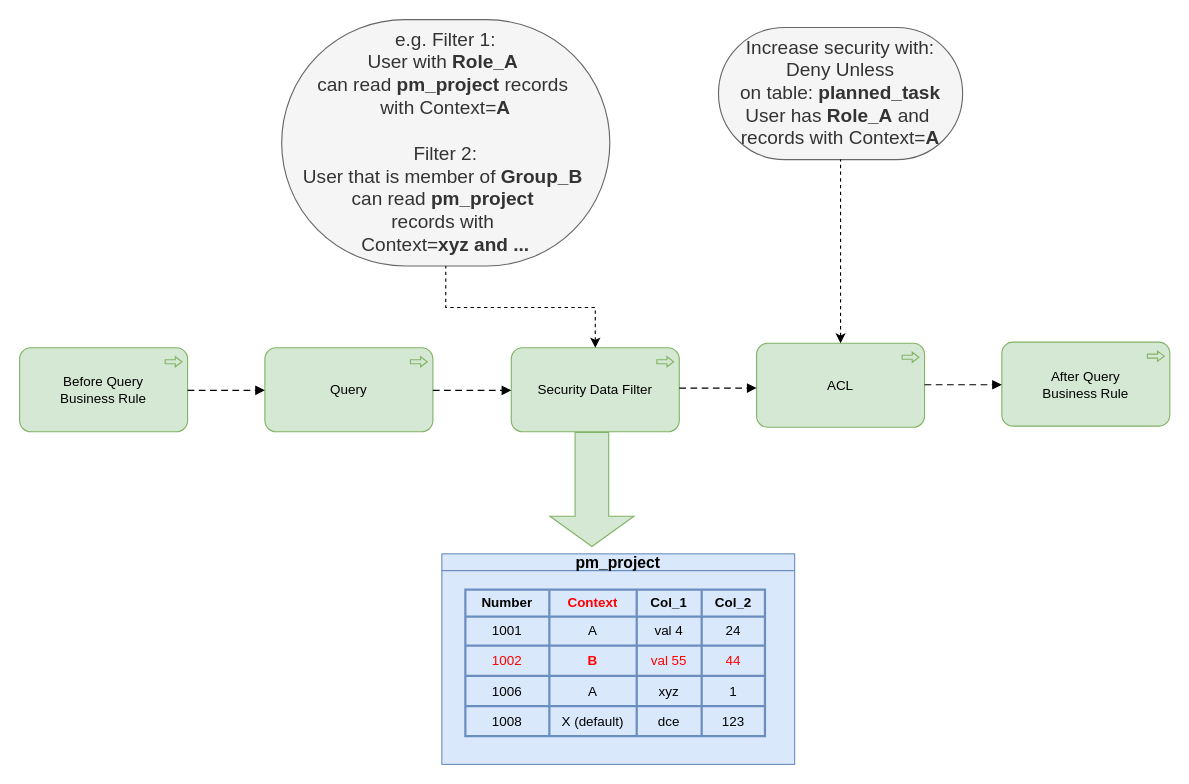
Before: page "secFilter" (11 of 21) of Uve.drawio in algimas/tmp, a draw.io diagram. Source tidied: cells renumbered, new cells numbered last; positions are measured from the earlier drawing's top-left corner, leaving out a move shared by most shapes. Both pictures are drawn from the tidied source at 112%, with x=0, y=0 at pixel (19, 19).
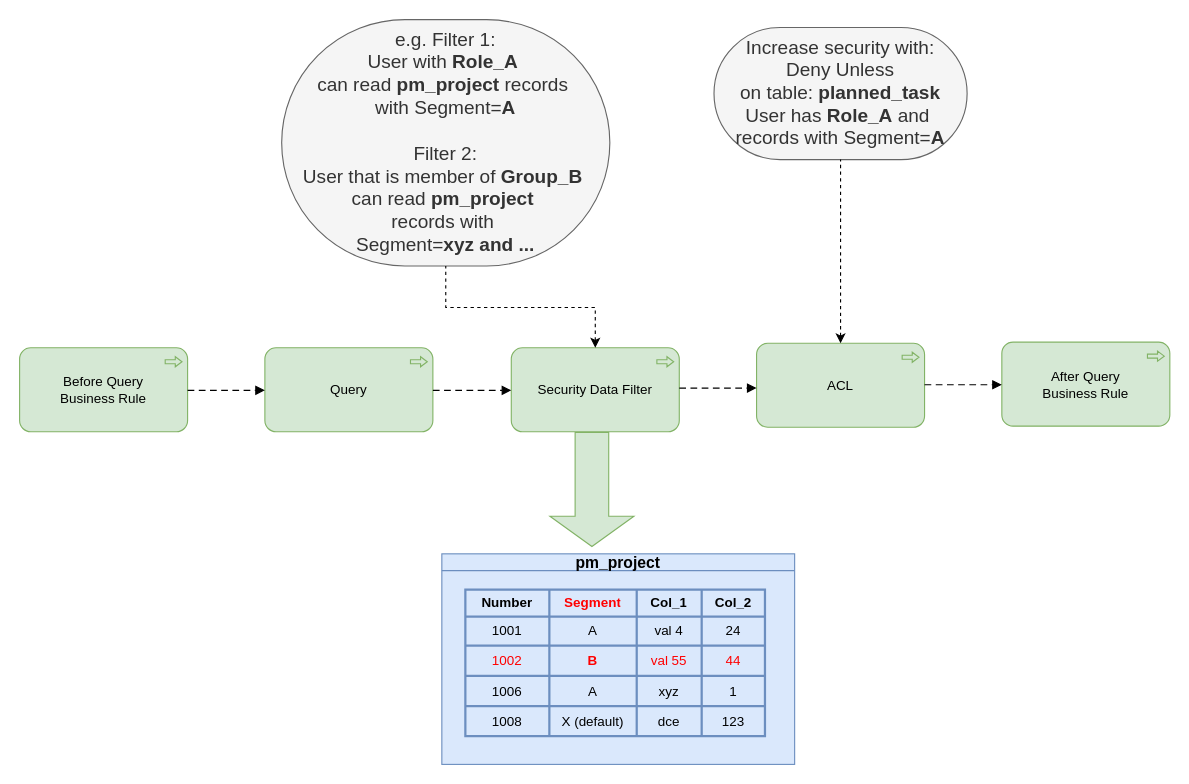
The same diagram, later.

Unchanged cells that the change refers to:
```xml
<mxCell id="4" style="shape=tableRow;horizontal=0;startSize=0;swimlaneHead=0;swimlaneBody=0;top=0;left=0;bottom=0;right=0;fillColor=none;" parent="3" vertex="1">
  <mxGeometry width="267.5" height="24" as="geometry" />
</mxCell>
```

Change to the diagram source:
```diff
@@
-    <mxCell id="6" value="&lt;font color=&quot;#ff0000&quot;&gt;Context&lt;/font&gt;" style="shape=partialRectangle;html=1;whiteSpace=wrap;fillColor=none;top=0;left=0;bottom=0;right=0;overflow=hidden;fontStyle=1;" parent="4" vertex="1">
+    <mxCell id="6" value="&lt;font color=&quot;#ff0000&quot;&gt;Segment&lt;/font&gt;" style="shape=partialRectangle;html=1;whiteSpace=wrap;fillColor=none;top=0;left=0;bottom=0;right=0;overflow=hidden;fontStyle=1;" parent="4" vertex="1">
       <mxGeometry x="75" width="78" height="24" as="geometry" />
     </mxCell>
@@
-    <mxCell id="39" value="e.g. Filter 1:&lt;div&gt;User with &lt;b&gt;Role_A&lt;/b&gt;&amp;nbsp;&lt;/div&gt;&lt;div&gt;can read &lt;b&gt;pm_project&lt;/b&gt; records&amp;nbsp;&lt;/div&gt;&lt;div&gt;with Context=&lt;b&gt;A&lt;/b&gt;&lt;/div&gt;&lt;div&gt;&lt;b&gt;&lt;br&gt;&lt;/b&gt;&lt;/div&gt;&lt;div&gt;Filter 2:&lt;div&gt;User that is member of&amp;nbsp;&lt;b&gt;Group_B&lt;/b&gt;&amp;nbsp;&lt;/div&gt;&lt;div&gt;can read&amp;nbsp;&lt;b style=&quot;background-color: initial;&quot;&gt;pm_project&amp;nbsp;&lt;/b&gt;&lt;span style=&quot;background-color: initial;&quot;&gt;&lt;br&gt;&lt;/span&gt;&lt;/div&gt;&lt;div&gt;&lt;span style=&quot;background-color: initial;&quot;&gt;records with&amp;nbsp;&lt;/span&gt;&lt;/div&gt;&lt;div&gt;&lt;span style=&quot;background-color: initial;&quot;&gt;Context=&lt;b&gt;xyz and ...&lt;/b&gt;&lt;/span&gt;&lt;/div&gt;&lt;/div&gt;" style="whiteSpace=wrap;html=1;rounded=1;arcSize=50;align=center;verticalAlign=middle;strokeWidth=1;spacing=4;newEdgeStyle={&quot;edgeStyle&quot;:&quot;entityRelationEdgeStyle&quot;,&quot;startArrow&quot;:&quot;none&quot;,&quot;endArrow&quot;:&quot;none&quot;,&quot;segment&quot;:10,&quot;curved&quot;:1,&quot;sourcePerimeterSpacing&quot;:0,&quot;targetPerimeterSpacing&quot;:0};fillColor=#f5f5f5;strokeColor=#666666;fontColor=#333333;fontSize=17;" parent="1" vertex="1">
+    <mxCell id="39" value="e.g. Filter 1:&lt;div&gt;User with &lt;b&gt;Role_A&lt;/b&gt;&amp;nbsp;&lt;/div&gt;&lt;div&gt;can read &lt;b&gt;pm_project&lt;/b&gt; records&amp;nbsp;&lt;/div&gt;&lt;div&gt;with Segment=&lt;b&gt;A&lt;/b&gt;&lt;/div&gt;&lt;div&gt;&lt;b&gt;&lt;br&gt;&lt;/b&gt;&lt;/div&gt;&lt;div&gt;Filter 2:&lt;div&gt;User that is member of&amp;nbsp;&lt;b&gt;Group_B&lt;/b&gt;&amp;nbsp;&lt;/div&gt;&lt;div&gt;can read&amp;nbsp;&lt;b style=&quot;background-color: initial;&quot;&gt;pm_project&amp;nbsp;&lt;/b&gt;&lt;span style=&quot;background-color: initial;&quot;&gt;&lt;br&gt;&lt;/span&gt;&lt;/div&gt;&lt;div&gt;&lt;span style=&quot;background-color: initial;&quot;&gt;records with&amp;nbsp;&lt;/span&gt;&lt;/div&gt;&lt;div&gt;&lt;span style=&quot;background-color: initial;&quot;&gt;Segment=&lt;b&gt;xyz and ...&lt;/b&gt;&lt;/span&gt;&lt;/div&gt;&lt;/div&gt;" style="whiteSpace=wrap;html=1;rounded=1;arcSize=50;align=center;verticalAlign=middle;strokeWidth=1;spacing=4;newEdgeStyle={&quot;edgeStyle&quot;:&quot;entityRelationEdgeStyle&quot;,&quot;startArrow&quot;:&quot;none&quot;,&quot;endArrow&quot;:&quot;none&quot;,&quot;segment&quot;:10,&quot;curved&quot;:1,&quot;sourcePerimeterSpacing&quot;:0,&quot;targetPerimeterSpacing&quot;:0};fillColor=#f5f5f5;strokeColor=#666666;fontColor=#333333;fontSize=17;" parent="1" vertex="1">
       <mxGeometry x="234" width="293" height="220" as="geometry" />
     </mxCell>
@@
-    <mxCell id="41" value="&lt;div&gt;Increase security with:&lt;/div&gt;&lt;div&gt;Deny Unless&lt;/div&gt;&lt;div&gt;on table: &lt;b&gt;planned_task&lt;/b&gt;&lt;/div&gt;&lt;div&gt;User has&amp;nbsp;&lt;b&gt;Role_A&lt;/b&gt;&amp;nbsp;and&amp;nbsp;&lt;/div&gt;&lt;div&gt;records&amp;nbsp;with Context=&lt;b&gt;A&lt;/b&gt;&lt;/div&gt;" style="whiteSpace=wrap;html=1;rounded=1;arcSize=50;align=center;verticalAlign=middle;strokeWidth=1;spacing=4;newEdgeStyle={&quot;edgeStyle&quot;:&quot;entityRelationEdgeStyle&quot;,&quot;startArrow&quot;:&quot;none&quot;,&quot;endArrow&quot;:&quot;none&quot;,&quot;segment&quot;:10,&quot;curved&quot;:1,&quot;sourcePerimeterSpacing&quot;:0,&quot;targetPerimeterSpacing&quot;:0};fillColor=#f5f5f5;strokeColor=#666666;fontColor=#333333;fontSize=17;" parent="1" vertex="1">
-      <mxGeometry x="624" y="7" width="218" height="118" as="geometry" />
+    <mxCell id="41" value="&lt;div&gt;Increase security with:&lt;/div&gt;&lt;div&gt;Deny Unless&lt;/div&gt;&lt;div&gt;on table: &lt;b&gt;planned_task&lt;/b&gt;&lt;/div&gt;&lt;div&gt;User has&amp;nbsp;&lt;b&gt;Role_A&lt;/b&gt;&amp;nbsp;and&amp;nbsp;&lt;/div&gt;&lt;div&gt;records&amp;nbsp;with Segment=&lt;b&gt;A&lt;/b&gt;&lt;/div&gt;" style="whiteSpace=wrap;html=1;rounded=1;arcSize=50;align=center;verticalAlign=middle;strokeWidth=1;spacing=4;newEdgeStyle={&quot;edgeStyle&quot;:&quot;entityRelationEdgeStyle&quot;,&quot;startArrow&quot;:&quot;none&quot;,&quot;endArrow&quot;:&quot;none&quot;,&quot;segment&quot;:10,&quot;curved&quot;:1,&quot;sourcePerimeterSpacing&quot;:0,&quot;targetPerimeterSpacing&quot;:0};fillColor=#f5f5f5;strokeColor=#666666;fontColor=#333333;fontSize=17;" parent="1" vertex="1">
+      <mxGeometry x="620" y="7" width="226" height="118" as="geometry" />
     </mxCell>
```
